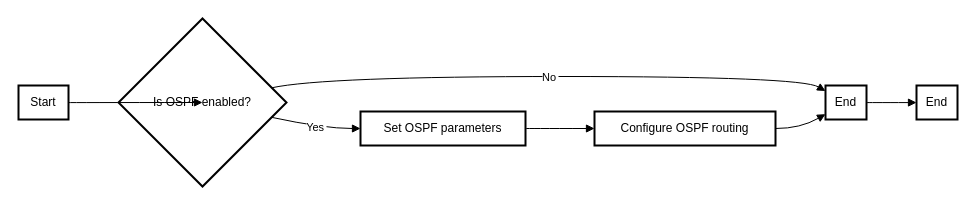
Earlier version of the draw.io diagram Untitled Diagram.drawio (Nalla-Sireesh/FirstClassRepository). Source tidied: cells renumbered, new cells numbered last; positions are measured from the earlier drawing's top-left corner, leaving out a move shared by most shapes. Both pictures are drawn from the tidied source at 100%, with x=0, y=0 at pixel (18, 18).
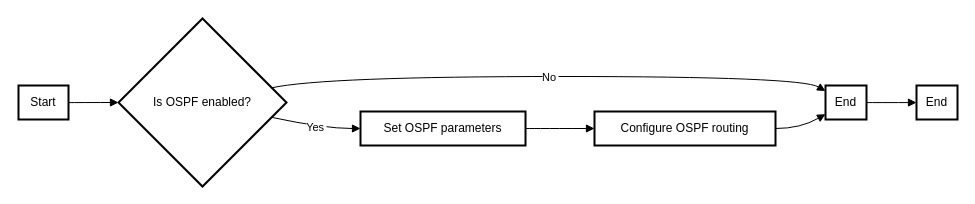
Above is the later version.

What changed in the source:
```diff
@@
 <mxGraphModel>
   <root>
     <mxCell id="0" />
     <mxCell id="1" parent="0" />
     <mxCell id="2" value="Start" style="whiteSpace=wrap;strokeWidth=2;" parent="1" vertex="1">
       <mxGeometry y="67" width="50" height="34" as="geometry" />
     </mxCell>
     <mxCell id="3" value="Is OSPF enabled?" style="rhombus;strokeWidth=2;whiteSpace=wrap;" parent="1" vertex="1">
       <mxGeometry x="100" width="168" height="168" as="geometry" />
     </mxCell>
     <mxCell id="4" value="Set OSPF parameters" style="whiteSpace=wrap;strokeWidth=2;" parent="1" vertex="1">
       <mxGeometry x="342" y="93" width="165" height="34" as="geometry" />
     </mxCell>
     <mxCell id="5" value="End" style="whiteSpace=wrap;strokeWidth=2;" parent="1" vertex="1">
       <mxGeometry x="807" y="67" width="41" height="34" as="geometry" />
     </mxCell>
     <mxCell id="6" value="Configure OSPF routing" style="whiteSpace=wrap;strokeWidth=2;" parent="1" vertex="1">
       <mxGeometry x="576" y="93" width="181" height="34" as="geometry" />
     </mxCell>
     <mxCell id="7" value="End" style="whiteSpace=wrap;strokeWidth=2;" parent="1" vertex="1">
       <mxGeometry x="898" y="67" width="41" height="34" as="geometry" />
     </mxCell>
-    <mxCell id="8" style="curved=1;startArrow=none;endArrow=block;exitX=1.0066146087646484;exitY=0.5026808346019072;entryX=0.001968633560907273;entryY=0.5005425498599098;" parent="1" edge="1" source="2" target="3">
+    <mxCell id="8" style="curved=1;startArrow=none;endArrow=block;exitX=1.0066146087646484;exitY=0.5026808346019072;entryX=0;entryY=0.5;entryDx=0;entryDy=0;" parent="1" edge="1" source="2" target="3">
       <mxGeometry relative="1" as="geometry" />
     </mxCell>
     <mxCell id="9" value="Yes" style="curved=1;startArrow=none;endArrow=block;exitX=1.0030537332807268;exitY=0.6078910413556996;entryX=0.00011052218350497159;entryY=0.5002298635594985;" parent="1" edge="1" source="3" target="4">
       <mxGeometry relative="1" as="geometry">
         <Array as="points">
           <mxPoint x="305" y="110" />
         </Array>
       </mxGeometry>
     </mxCell>
     <mxCell id="10" value="No" style="curved=1;startArrow=none;endArrow=block;exitX=1.0030537332807268;exitY=0.3931940583641199;entryX=-0.005652497454387386;entryY=0.15819522259410654;" parent="1" edge="1" source="3" target="5">
       <mxGeometry relative="1" as="geometry">
         <Array as="points">
           <mxPoint x="305" y="58" />
           <mxPoint x="782" y="58" />
         </Array>
       </mxGeometry>
     </mxCell>
     <mxCell id="11" style="curved=1;startArrow=none;endArrow=block;exitX=1.000789214625503;exitY=0.5002298635594985;entryX=0.00004323674828966678;entryY=0.5002298635594985;" parent="1" edge="1" source="4" target="6">
       <mxGeometry relative="1" as="geometry" />
     </mxCell>
     <mxCell id="12" style="curved=1;startArrow=none;endArrow=block;exitX=0.9987196000241443;exitY=0.5002298635594985;entryX=-0.005652497454387386;entryY=0.8471664466097079;" parent="1" edge="1" source="6" target="5">
       <mxGeometry relative="1" as="geometry">
         <Array as="points">
           <mxPoint x="782" y="110" />
         </Array>
       </mxGeometry>
     </mxCell>
     <mxCell id="13" style="curved=1;startArrow=none;endArrow=block;exitX=0.9999369644537205;exitY=0.5026808346019072;entryX=-0.00006303554627953506;entryY=0.5026808346019072;" parent="1" edge="1" source="5" target="7">
       <mxGeometry relative="1" as="geometry" />
     </mxCell>
   </root>
 </mxGraphModel>
```
